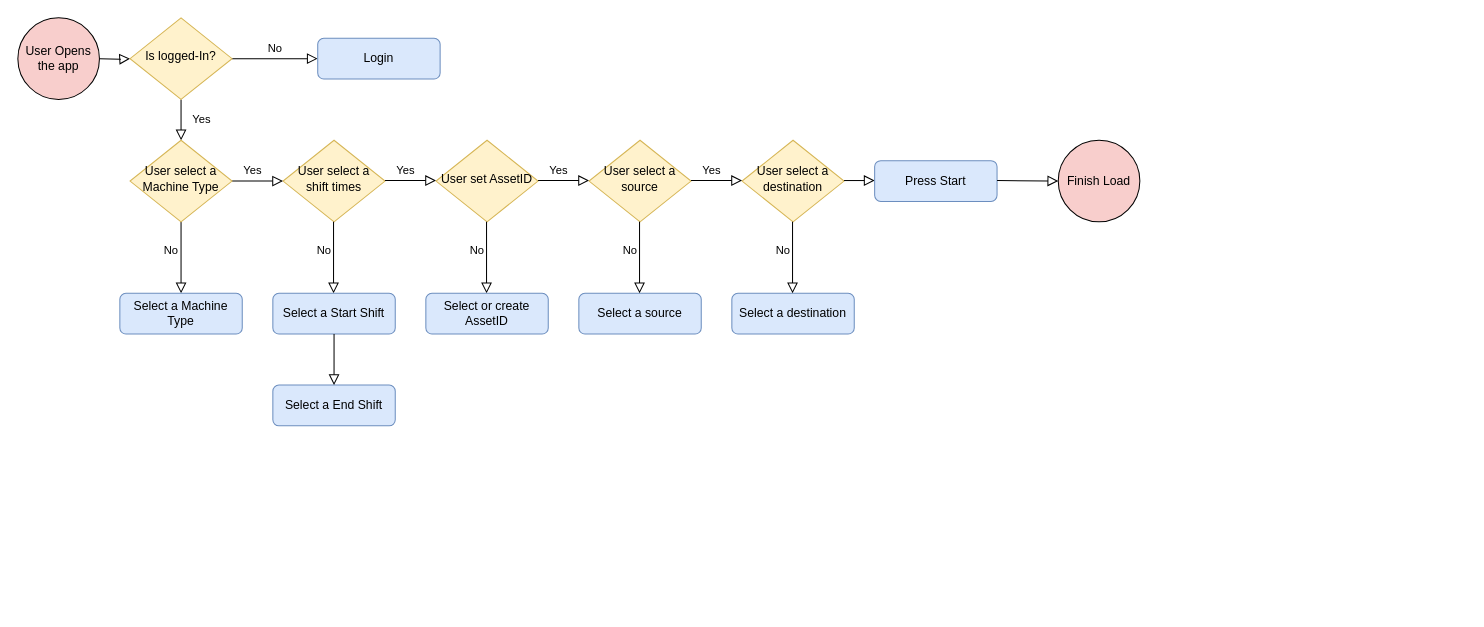
This is Flow Settings.drawio from Raptor-Tech/Diagram, a draw.io file, before an edit. Source tidied: cells renumbered, new cells numbered last; positions are measured from the earlier drawing's top-left corner, leaving out a move shared by most shapes. Both pictures are drawn from the tidied source at 102%, with x=0, y=0 at pixel (17, 17).
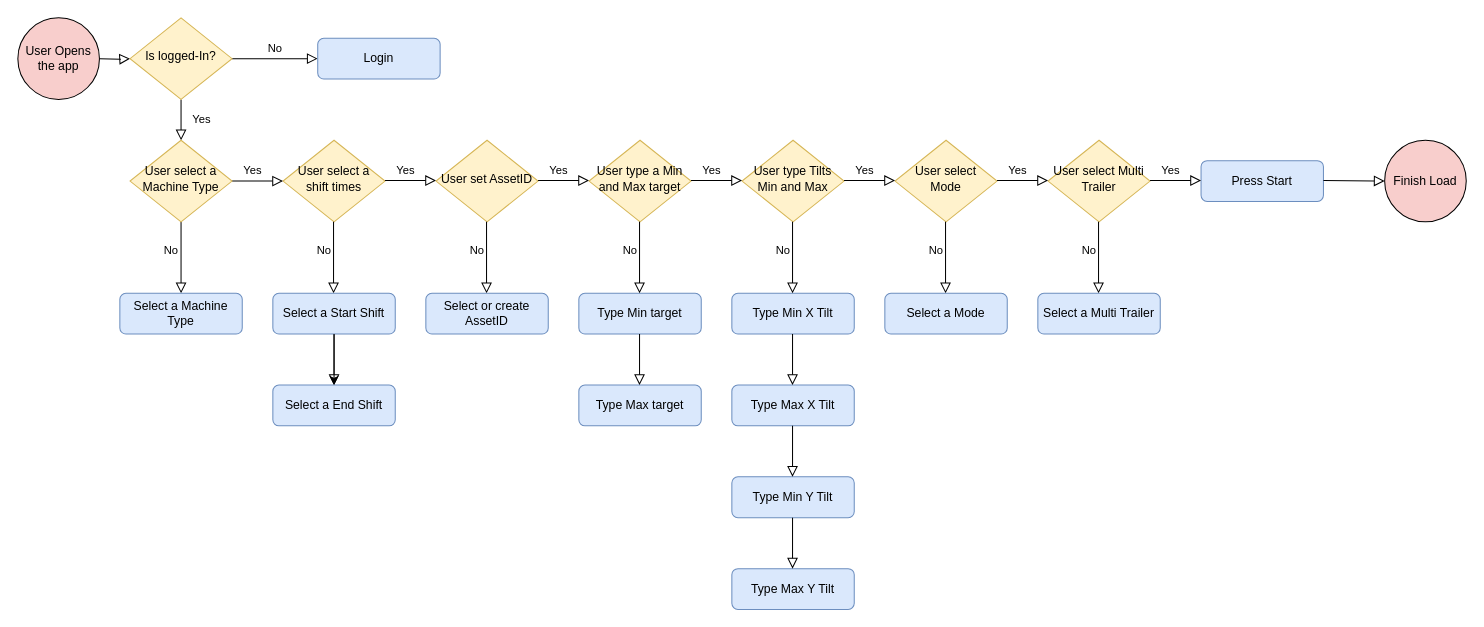
The same page after the edit.

The change refers to these unchanged cells:
```xml
<mxCell id="14" value="Select a Start Shift" style="rounded=1;whiteSpace=wrap;html=1;fontSize=12;glass=0;strokeWidth=1;shadow=0;fillColor=#dae8fc;strokeColor=#6c8ebf;" parent="1" vertex="1">
  <mxGeometry x="250" y="270" width="120" height="40" as="geometry" />
</mxCell>
<mxCell id="31" value="Select a End Shift" style="rounded=1;whiteSpace=wrap;html=1;fontSize=12;glass=0;strokeWidth=1;shadow=0;fillColor=#dae8fc;strokeColor=#6c8ebf;" parent="1" vertex="1">
  <mxGeometry x="250" y="360" width="120" height="40" as="geometry" />
</mxCell>
```

Change to the diagram source:
```diff
@@
+    <mxCell id="33" style="edgeStyle=orthogonalEdgeStyle;rounded=0;jettySize=auto;html=1;" parent="1" edge="1" source="14" target="31">
+      <mxGeometry relative="1" as="geometry" />
+    </mxCell>
@@
-    <mxCell id="19" value="User select a source" style="rhombus;whiteSpace=wrap;html=1;shadow=0;fontFamily=Helvetica;fontSize=12;align=center;strokeWidth=1;spacing=6;spacingTop=-4;fillColor=#fff2cc;strokeColor=#d6b656;" parent="1" vertex="1">
+    <mxCell id="19" value="User type a Min and Max target" style="rhombus;whiteSpace=wrap;html=1;shadow=0;fontFamily=Helvetica;fontSize=12;align=center;strokeWidth=1;spacing=6;spacingTop=-4;fillColor=#fff2cc;strokeColor=#d6b656;" parent="1" vertex="1">
       <mxGeometry x="560" y="120" width="100" height="80" as="geometry" />
     </mxCell>
-    <mxCell id="20" value="User select a destination" style="rhombus;whiteSpace=wrap;html=1;shadow=0;fontFamily=Helvetica;fontSize=12;align=center;strokeWidth=1;spacing=6;spacingTop=-4;fillColor=#fff2cc;strokeColor=#d6b656;" parent="1" vertex="1">
+    <mxCell id="20" value="User type Tilts Min and Max" style="rhombus;whiteSpace=wrap;html=1;shadow=0;fontFamily=Helvetica;fontSize=12;align=center;strokeWidth=1;spacing=6;spacingTop=-4;fillColor=#fff2cc;strokeColor=#d6b656;" parent="1" vertex="1">
       <mxGeometry x="710" y="120" width="100" height="80" as="geometry" />
     </mxCell>
@@
-    <mxCell id="22" value="Select a source" style="rounded=1;whiteSpace=wrap;html=1;fontSize=12;glass=0;strokeWidth=1;shadow=0;fillColor=#dae8fc;strokeColor=#6c8ebf;" parent="1" vertex="1">
+    <mxCell id="22" value="Type Min target" style="rounded=1;whiteSpace=wrap;html=1;fontSize=12;glass=0;strokeWidth=1;shadow=0;fillColor=#dae8fc;strokeColor=#6c8ebf;" parent="1" vertex="1">
       <mxGeometry x="550" y="270" width="120" height="40" as="geometry" />
     </mxCell>
-    <mxCell id="23" value="Select a destination" style="rounded=1;whiteSpace=wrap;html=1;fontSize=12;glass=0;strokeWidth=1;shadow=0;fillColor=#dae8fc;strokeColor=#6c8ebf;" parent="1" vertex="1">
+    <mxCell id="23" value="Type Min X Tilt" style="rounded=1;whiteSpace=wrap;html=1;fontSize=12;glass=0;strokeWidth=1;shadow=0;fillColor=#dae8fc;strokeColor=#6c8ebf;" parent="1" vertex="1">
       <mxGeometry x="700" y="270" width="120" height="40" as="geometry" />
     </mxCell>
@@
-    <mxCell id="26" style="rounded=0;html=1;jettySize=auto;orthogonalLoop=1;fontSize=11;endArrow=block;endFill=0;endSize=8;strokeWidth=1;shadow=0;labelBackgroundColor=none;edgeStyle=orthogonalEdgeStyle;" parent="1" edge="1">
-      <mxGeometry relative="1" as="geometry">
-        <mxPoint x="810" y="159.5" as="sourcePoint" />
-        <mxPoint x="840" y="159.5" as="targetPoint" />
-      </mxGeometry>
-    </mxCell>
@@
     <mxCell id="28" value="Finish Load" style="ellipse;whiteSpace=wrap;html=1;fillColor=#F8CECC;" parent="1" vertex="1">
-      <mxGeometry x="1020" y="120" width="80" height="80" as="geometry" />
+      <mxGeometry x="1340" y="120" width="80" height="80" as="geometry" />
     </mxCell>
     <mxCell id="29" value="Press Start" style="rounded=1;whiteSpace=wrap;html=1;fontSize=12;glass=0;strokeWidth=1;shadow=0;fillColor=#dae8fc;strokeColor=#6c8ebf;" parent="1" vertex="1">
-      <mxGeometry x="840" y="140" width="120" height="40" as="geometry" />
+      <mxGeometry x="1160" y="140" width="120" height="40" as="geometry" />
     </mxCell>
     <mxCell id="30" style="rounded=0;html=1;jettySize=auto;fontSize=11;endArrow=block;endFill=0;endSize=8;strokeWidth=1;shadow=0;labelBackgroundColor=none;edgeStyle=orthogonalEdgeStyle;entryX=0;entryY=0.5;entryDx=0;entryDy=0;" parent="1" edge="1" target="28">
       <mxGeometry relative="1" as="geometry">
-        <mxPoint x="960" y="159.5" as="sourcePoint" />
+        <mxPoint x="1280" y="159.5" as="sourcePoint" />
       </mxGeometry>
     </mxCell>
@@
+    <mxCell id="34" value="Type Max target" style="rounded=1;whiteSpace=wrap;html=1;fontSize=12;glass=0;strokeWidth=1;shadow=0;fillColor=#dae8fc;strokeColor=#6c8ebf;" parent="1" vertex="1">
+      <mxGeometry x="550" y="360" width="120" height="40" as="geometry" />
+    </mxCell>
+    <mxCell id="35" style="rounded=0;html=1;jettySize=auto;orthogonalLoop=1;fontSize=11;endArrow=block;endFill=0;endSize=8;strokeWidth=1;shadow=0;labelBackgroundColor=none;edgeStyle=orthogonalEdgeStyle;" parent="1" edge="1">
+      <mxGeometry x="-0.2" y="-10" relative="1" as="geometry">
+        <mxPoint x="609.5" y="310" as="sourcePoint" />
+        <mxPoint x="609.5" y="360" as="targetPoint" />
+      </mxGeometry>
+    </mxCell>
+    <mxCell id="36" value="Type Max X Tilt" style="rounded=1;whiteSpace=wrap;html=1;fontSize=12;glass=0;strokeWidth=1;shadow=0;fillColor=#dae8fc;strokeColor=#6c8ebf;" parent="1" vertex="1">
+      <mxGeometry x="700" y="360" width="120" height="40" as="geometry" />
+    </mxCell>
+    <mxCell id="37" value="Type Max Y Tilt" style="rounded=1;whiteSpace=wrap;html=1;fontSize=12;glass=0;strokeWidth=1;shadow=0;fillColor=#dae8fc;strokeColor=#6c8ebf;" parent="1" vertex="1">
+      <mxGeometry x="700" y="540" width="120" height="40" as="geometry" />
+    </mxCell>
+    <mxCell id="38" value="Type Min Y Tilt" style="rounded=1;whiteSpace=wrap;html=1;fontSize=12;glass=0;strokeWidth=1;shadow=0;fillColor=#dae8fc;strokeColor=#6c8ebf;" parent="1" vertex="1">
+      <mxGeometry x="700" y="450" width="120" height="40" as="geometry" />
+    </mxCell>
+    <mxCell id="39" style="rounded=0;html=1;jettySize=auto;orthogonalLoop=1;fontSize=11;endArrow=block;endFill=0;endSize=8;strokeWidth=1;shadow=0;labelBackgroundColor=none;edgeStyle=orthogonalEdgeStyle;" parent="1" edge="1">
+      <mxGeometry x="-0.2" y="-10" relative="1" as="geometry">
+        <mxPoint x="759.5" y="310" as="sourcePoint" />
+        <mxPoint x="759.5" y="360" as="targetPoint" />
+      </mxGeometry>
+    </mxCell>
+    <mxCell id="40" style="rounded=0;html=1;jettySize=auto;orthogonalLoop=1;fontSize=11;endArrow=block;endFill=0;endSize=8;strokeWidth=1;shadow=0;labelBackgroundColor=none;edgeStyle=orthogonalEdgeStyle;" parent="1" edge="1">
+      <mxGeometry x="-0.2" y="-10" relative="1" as="geometry">
+        <mxPoint x="759.5" y="400" as="sourcePoint" />
+        <mxPoint x="759.5" y="450" as="targetPoint" />
+      </mxGeometry>
+    </mxCell>
+    <mxCell id="41" style="rounded=0;html=1;jettySize=auto;orthogonalLoop=1;fontSize=11;endArrow=block;endFill=0;endSize=8;strokeWidth=1;shadow=0;labelBackgroundColor=none;edgeStyle=orthogonalEdgeStyle;" parent="1" edge="1">
+      <mxGeometry x="-0.2" y="-10" relative="1" as="geometry">
+        <mxPoint x="759.5" y="490" as="sourcePoint" />
+        <mxPoint x="759.5" y="540" as="targetPoint" />
+      </mxGeometry>
+    </mxCell>
+    <mxCell id="42" value="User select Mode" style="rhombus;whiteSpace=wrap;html=1;shadow=0;fontFamily=Helvetica;fontSize=12;align=center;strokeWidth=1;spacing=6;spacingTop=-4;fillColor=#fff2cc;strokeColor=#d6b656;" parent="1" vertex="1">
+      <mxGeometry x="860" y="120" width="100" height="80" as="geometry" />
+    </mxCell>
+    <mxCell id="43" value="No" style="rounded=0;html=1;jettySize=auto;orthogonalLoop=1;fontSize=11;endArrow=block;endFill=0;endSize=8;strokeWidth=1;shadow=0;labelBackgroundColor=none;edgeStyle=orthogonalEdgeStyle;" parent="1" edge="1">
+      <mxGeometry x="-0.2" y="-10" relative="1" as="geometry">
+        <mxPoint x="909.5" y="200" as="sourcePoint" />
+        <mxPoint x="909.5" y="270" as="targetPoint" />
+      </mxGeometry>
+    </mxCell>
+    <mxCell id="44" value="Select a Mode" style="rounded=1;whiteSpace=wrap;html=1;fontSize=12;glass=0;strokeWidth=1;shadow=0;fillColor=#dae8fc;strokeColor=#6c8ebf;" parent="1" vertex="1">
+      <mxGeometry x="850" y="270" width="120" height="40" as="geometry" />
+    </mxCell>
+    <mxCell id="45" value="User select Multi Trailer" style="rhombus;whiteSpace=wrap;html=1;shadow=0;fontFamily=Helvetica;fontSize=12;align=center;strokeWidth=1;spacing=6;spacingTop=-4;fillColor=#fff2cc;strokeColor=#d6b656;" parent="1" vertex="1">
+      <mxGeometry x="1010" y="120" width="100" height="80" as="geometry" />
+    </mxCell>
+    <mxCell id="46" value="No" style="rounded=0;html=1;jettySize=auto;orthogonalLoop=1;fontSize=11;endArrow=block;endFill=0;endSize=8;strokeWidth=1;shadow=0;labelBackgroundColor=none;edgeStyle=orthogonalEdgeStyle;" parent="1" edge="1">
+      <mxGeometry x="-0.2" y="-10" relative="1" as="geometry">
+        <mxPoint x="1059.5" y="200" as="sourcePoint" />
+        <mxPoint x="1059.5" y="270" as="targetPoint" />
+      </mxGeometry>
+    </mxCell>
+    <mxCell id="47" value="Select a Multi Trailer" style="rounded=1;whiteSpace=wrap;html=1;fontSize=12;glass=0;strokeWidth=1;shadow=0;fillColor=#dae8fc;strokeColor=#6c8ebf;" parent="1" vertex="1">
+      <mxGeometry x="1000" y="270" width="120" height="40" as="geometry" />
+    </mxCell>
+    <mxCell id="48" value="Yes" style="edgeStyle=orthogonalEdgeStyle;rounded=0;html=1;jettySize=auto;orthogonalLoop=1;fontSize=11;endArrow=block;endFill=0;endSize=8;strokeWidth=1;shadow=0;labelBackgroundColor=none;" parent="1" edge="1">
+      <mxGeometry x="-0.21" y="10" relative="1" as="geometry">
+        <mxPoint x="810" y="159.5" as="sourcePoint" />
+        <mxPoint x="860" y="159.5" as="targetPoint" />
+        <Array as="points">
+          <mxPoint x="860" y="159.5" />
+        </Array>
+      </mxGeometry>
+    </mxCell>
+    <mxCell id="49" value="Yes" style="edgeStyle=orthogonalEdgeStyle;rounded=0;html=1;jettySize=auto;orthogonalLoop=1;fontSize=11;endArrow=block;endFill=0;endSize=8;strokeWidth=1;shadow=0;labelBackgroundColor=none;" parent="1" edge="1">
+      <mxGeometry x="-0.21" y="10" relative="1" as="geometry">
+        <mxPoint x="960" y="159.5" as="sourcePoint" />
+        <mxPoint x="1010" y="159.5" as="targetPoint" />
+        <Array as="points">
+          <mxPoint x="1010" y="159.5" />
+        </Array>
+      </mxGeometry>
+    </mxCell>
+    <mxCell id="50" value="Yes" style="edgeStyle=orthogonalEdgeStyle;rounded=0;html=1;jettySize=auto;orthogonalLoop=1;fontSize=11;endArrow=block;endFill=0;endSize=8;strokeWidth=1;shadow=0;labelBackgroundColor=none;" parent="1" edge="1">
+      <mxGeometry x="-0.21" y="10" relative="1" as="geometry">
+        <mxPoint x="1110" y="159.5" as="sourcePoint" />
+        <mxPoint x="1160" y="159.5" as="targetPoint" />
+        <Array as="points">
+          <mxPoint x="1160" y="159.5" />
+        </Array>
+      </mxGeometry>
+    </mxCell>
```
